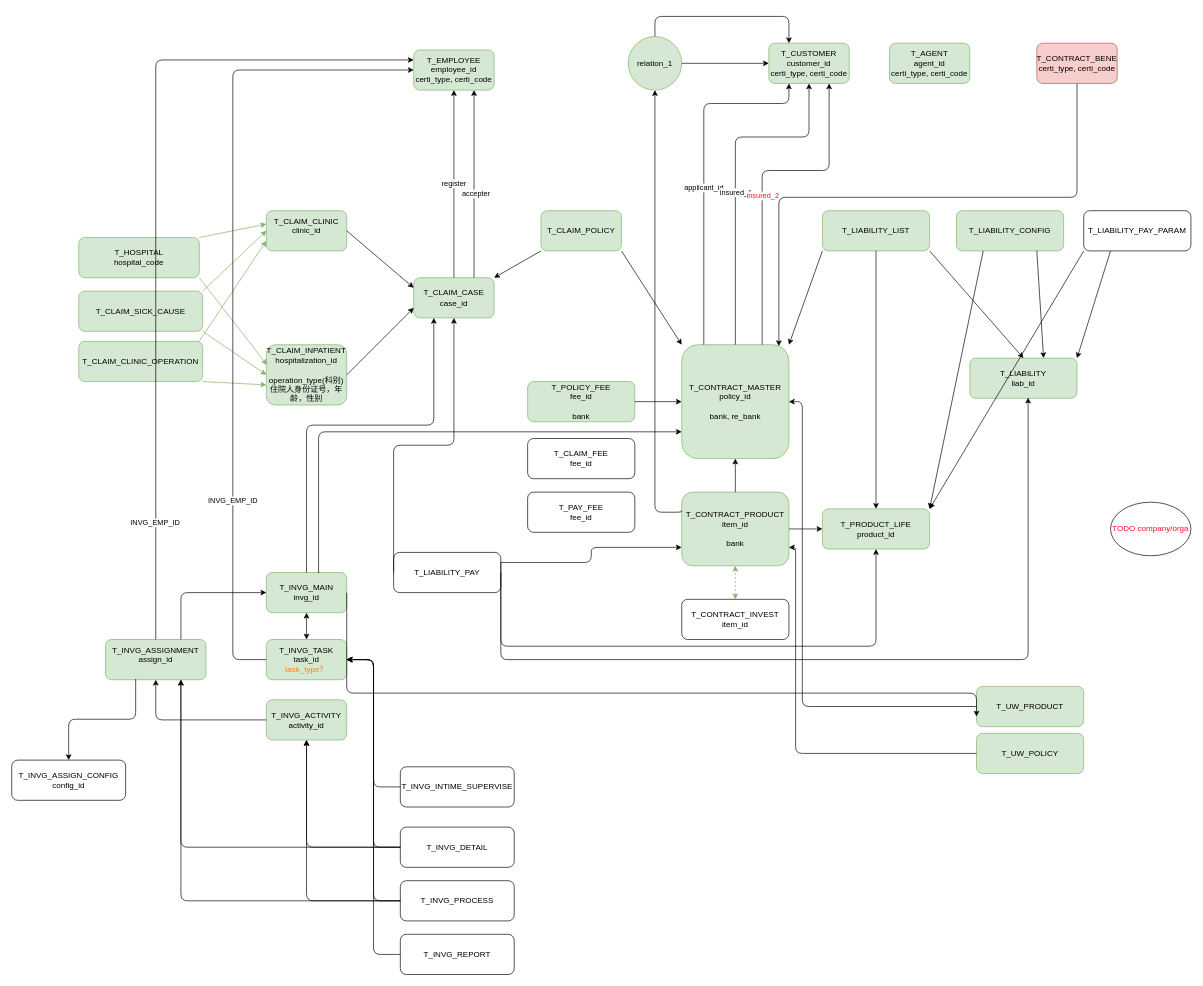
This is taiping-data-arch.drawio from XiaoLiuAI/diagrams, a draw.io file, before an edit. Source tidied: cells renumbered, new cells numbered last; positions are measured from the earlier drawing's top-left corner, leaving out a move shared by most shapes. Both pictures are drawn from the tidied source at 67%, with x=0, y=0 at pixel (11, 16).
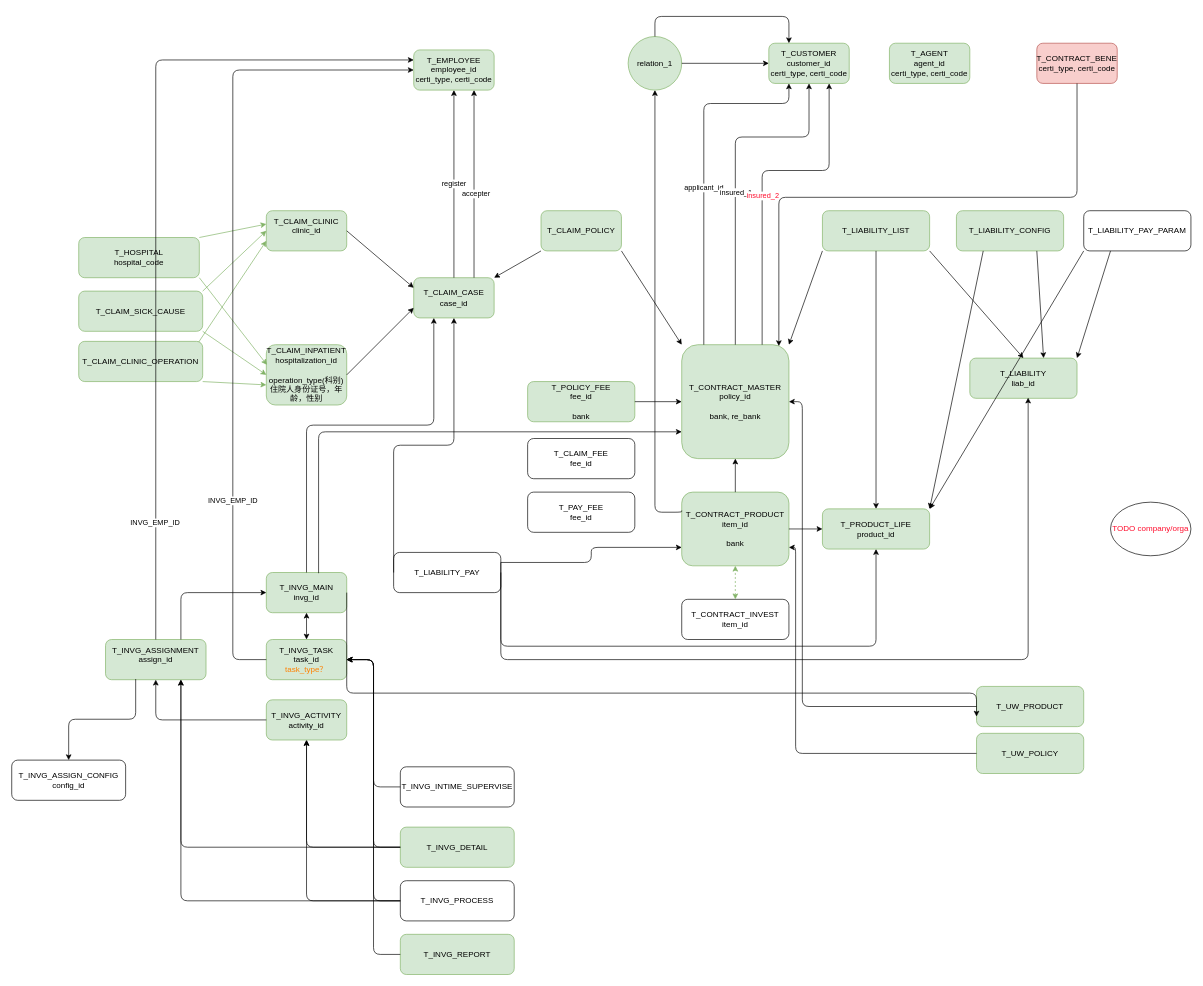
After the change.

Change to the diagram source:
```diff
@@
-    <mxCell id="84" value="&lt;font color=&quot;#000000&quot;&gt;T_INVG_DETAIL&lt;/font&gt;" style="rounded=1;whiteSpace=wrap;html=1;fontColor=#FF0D2D;" parent="1" vertex="1">
+    <mxCell id="84" value="&lt;font color=&quot;#000000&quot;&gt;T_INVG_DETAIL&lt;/font&gt;" style="rounded=1;whiteSpace=wrap;html=1;fillColor=#d5e8d4;strokeColor=#82b366;" parent="1" vertex="1">
       <mxGeometry x="580" y="1210" width="170" height="60" as="geometry" />
     </mxCell>
@@
-    <mxCell id="86" value="&lt;font color=&quot;#000000&quot;&gt;T_INVG_REPORT&lt;/font&gt;" style="rounded=1;whiteSpace=wrap;html=1;fontColor=#FF0D2D;" parent="1" vertex="1">
+    <mxCell id="86" value="&lt;font color=&quot;#000000&quot;&gt;T_INVG_REPORT&lt;/font&gt;" style="rounded=1;whiteSpace=wrap;html=1;fillColor=#d5e8d4;strokeColor=#82b366;" parent="1" vertex="1">
       <mxGeometry x="580" y="1370" width="170" height="60" as="geometry" />
     </mxCell>
```
